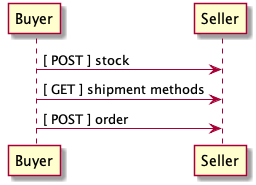
Above: images/sequence-buyer2seller.puml.png in EciStg/order-placement (PlantUML), before the change.
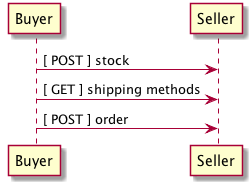
The same diagram one commit later.

What changed in the source:
```diff
@@ -1,5 +1,5 @@
 @startuml sequence-buyer2seller.png
 Buyer -> Seller: [ POST ] stock
-Buyer -> Seller: [ GET ] shipment methods
+Buyer -> Seller: [ GET ] shipping methods
 Buyer -> Seller: [ POST ] order
 @enduml
```
